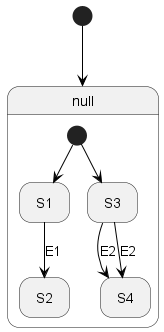
The PlantUML diagram spring-statemachine-uml/src/test/resources/org/springframework/statemachine/uml/simple-root-regions.png in spring-projects/spring-statemachine, before a commit. Source of this version:
```plantuml
@startuml


hide empty description

[*] -[#000000]-> null
state null  {
  [*] -[#000000]-> S1
  state S1
  state S2


  S1 -down[#000000]-> S2 : E1
  S3 -down[#000000]-> S4 : E2
  [*] -[#000000]-> S3
  state S3
  state S4


  S3 -down[#000000]-> S4 : E2
}



@enduml
```
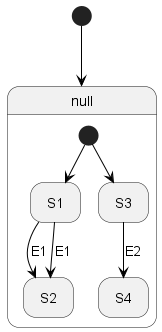
The same diagram one commit later.

Commit message:
test: testStateMachineVsStateMachineModelConsistency() update png

Diff of the diagram source:
```diff
@@ -1,25 +1,24 @@
 @startuml
-
 
 hide empty description
 
-[*] -[#000000]-> null
 state null  {
-  [*] -[#000000]-> S1
   state S1
   state S2
 
 
+  [*] -[#000000]-> S1
   S1 -down[#000000]-> S2 : E1
-  S3 -down[#000000]-> S4 : E2
-  [*] -[#000000]-> S3
   state S3
   state S4
 
 
-  S3 -down[#000000]-> S4 : E2
+  [*] -[#000000]-> S3
+  S1 -down[#000000]-> S2 : E1
+   S3 -down[#000000]-> S4 : E2
 }
 
 
+[*] -[#000000]-> null
 
 @enduml
```
